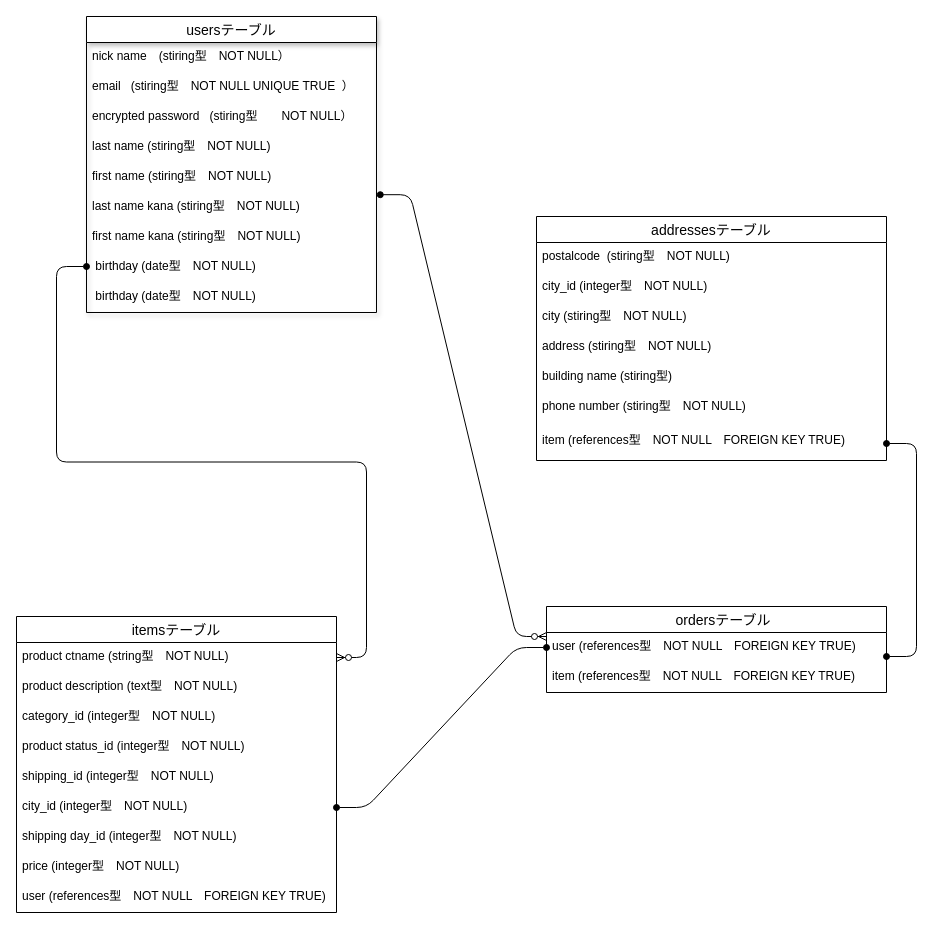
Before: app/views/happy.dio in Akiyoshi7922/furima-35424, a draw.io diagram. Source tidied: cells renumbered, new cells numbered last; positions are measured from the earlier drawing's top-left corner, leaving out a move shared by most shapes. Both pictures are drawn from the tidied source at 100%, with x=0, y=0 at pixel (16, 16).
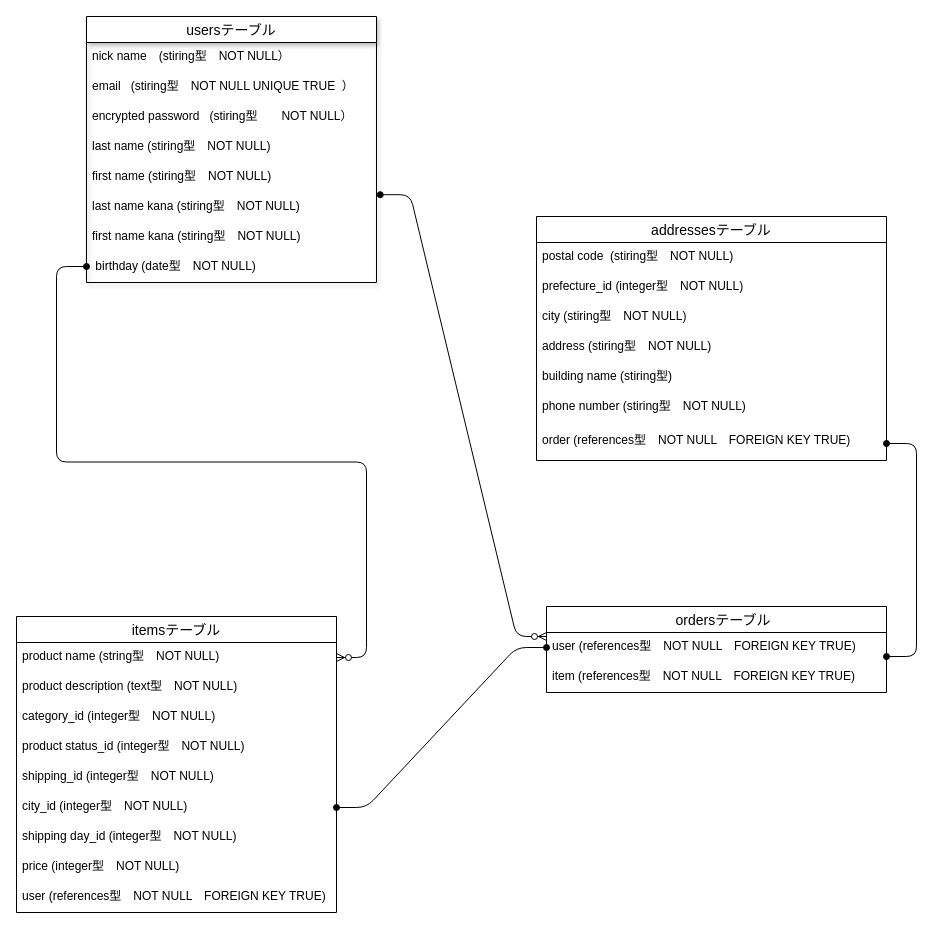
Above is the later version.

Commit message (it also covers changes not shown here):
修正しました！♫

Unchanged cells that the change refers to:
```xml
<mxCell id="12" value="itemsテーブル" style="swimlane;fontStyle=0;horizontal=1;startSize=26;align=center;fontSize=14;" parent="1" vertex="1">
  <mxGeometry y="600" width="320" height="296" as="geometry" />
</mxCell>
<mxCell id="22" value="addressesテーブル" style="swimlane;fontStyle=0;horizontal=1;startSize=26;align=center;fontSize=14;" parent="1" vertex="1">
  <mxGeometry x="520" y="200" width="350" height="244" as="geometry" />
</mxCell>
```

What changed in the source:
```diff
@@
     <mxCell id="2" value="usersテーブル" style="swimlane;fontStyle=0;horizontal=1;startSize=26;align=center;fontSize=14;shadow=1;" parent="1" vertex="1">
-      <mxGeometry x="70" width="290" height="296" as="geometry" />
+      <mxGeometry x="70" width="290" height="266" as="geometry" />
     </mxCell>
@@
-    <mxCell id="11" value=" birthday (date型　NOT NULL)&#10;" style="text;strokeColor=none;fillColor=none;spacingLeft=4;spacingRight=4;overflow=hidden;fontSize=12;fontStyle=0;" parent="2" vertex="1">
-      <mxGeometry y="266" width="290" height="30" as="geometry" />
-    </mxCell>
@@
-    <mxCell id="13" value="product ctname (string型　NOT NULL)" style="text;strokeColor=none;fillColor=none;spacingLeft=4;spacingRight=4;overflow=hidden;points=[[0,0.5],[1,0.5]];portConstraint=eastwest;fontSize=12;" parent="12" vertex="1">
+    <mxCell id="13" value="product name (string型　NOT NULL)" style="text;strokeColor=none;fillColor=none;spacingLeft=4;spacingRight=4;overflow=hidden;points=[[0,0.5],[1,0.5]];portConstraint=eastwest;fontSize=12;" parent="12" vertex="1">
       <mxGeometry y="26" width="320" height="30" as="geometry" />
     </mxCell>
@@
-    <mxCell id="23" value="postalcode  (stiring型　NOT NULL)&#10;" style="text;strokeColor=none;fillColor=none;spacingLeft=4;spacingRight=4;overflow=hidden;fontSize=12;" parent="22" vertex="1">
+    <mxCell id="23" value="postal code  (stiring型　NOT NULL)&#10;" style="text;strokeColor=none;fillColor=none;spacingLeft=4;spacingRight=4;overflow=hidden;fontSize=12;" parent="22" vertex="1">
       <mxGeometry y="26" width="350" height="30" as="geometry" />
     </mxCell>
-    <mxCell id="24" value="city_id (integer型　NOT NULL)&#10;" style="text;strokeColor=none;fillColor=none;spacingLeft=4;spacingRight=4;overflow=hidden;fontSize=12;" parent="22" vertex="1">
+    <mxCell id="24" value="prefecture_id (integer型　NOT NULL)&#10;" style="text;strokeColor=none;fillColor=none;spacingLeft=4;spacingRight=4;overflow=hidden;fontSize=12;" parent="22" vertex="1">
       <mxGeometry y="56" width="350" height="30" as="geometry" />
     </mxCell>
@@
-    <mxCell id="29" value="item (references型　NOT NULL　FOREIGN KEY TRUE)" style="text;strokeColor=none;fillColor=none;spacingLeft=4;spacingRight=4;overflow=hidden;points=[[0,0.5],[1,0.5]];portConstraint=eastwest;fontSize=12;fontStyle=0;" parent="22" vertex="1">
+    <mxCell id="29" value="order (references型　NOT NULL　FOREIGN KEY TRUE)" style="text;strokeColor=none;fillColor=none;spacingLeft=4;spacingRight=4;overflow=hidden;points=[[0,0.5],[1,0.5]];portConstraint=eastwest;fontSize=12;fontStyle=0;" parent="22" vertex="1">
       <mxGeometry y="210" width="350" height="34" as="geometry" />
     </mxCell>
```
